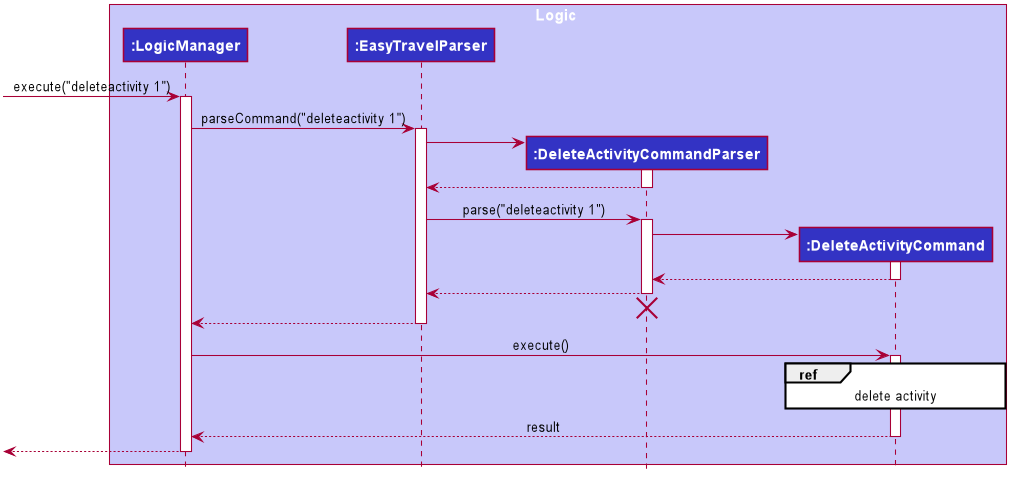
Earlier version of the PlantUML export docs/images/developer-guide/activity/DeleteActivityCommandCreation.png (zenatrick/main). The source it was exported from:
```plantuml
@startuml








skinparam BackgroundColor #FFFFFFF

skinparam Shadowing false

skinparam Class {
    FontColor #FFFFFF
    BorderThickness 1
    BorderColor #FFFFFF
    StereotypeFontColor #FFFFFF
    FontName Arial
}

skinparam Actor {
    BorderColor #000000
    Color #000000
    FontName Arial
}

skinparam Sequence {
    MessageAlign center
    BoxFontSize 15
    BoxPadding 0
    BoxFontColor #FFFFFF
    FontName Arial
}

skinparam Participant {
    FontColor #FFFFFFF
    Padding 20
}

skinparam MinClassWidth 50
skinparam ParticipantPadding 10
skinparam Shadowing false
skinparam DefaultTextAlignment center
skinparam packageStyle Rectangle

hide footbox
hide members
hide circle

box Logic #C8C8FA
participant "**:LogicManager**" as LogicManager #3333C4
participant "**:EasyTravelParser**" as EtParser #3333C4
participant "**:DeleteActivityCommandParser**" as DeleteActivityCommandParser #3333C4
participant "**:DeleteActivityCommand**" as DeleteActivityCommand #3333C4
end box

[-> LogicManager : execute("deleteactivity 1")
activate LogicManager

LogicManager -> EtParser : parseCommand("deleteactivity 1")
activate EtParser

create DeleteActivityCommandParser
EtParser -> DeleteActivityCommandParser
activate DeleteActivityCommandParser

DeleteActivityCommandParser --> EtParser
deactivate DeleteActivityCommandParser

EtParser -> DeleteActivityCommandParser : parse("deleteactivity 1")
activate DeleteActivityCommandParser

create DeleteActivityCommand
DeleteActivityCommandParser -> DeleteActivityCommand
activate DeleteActivityCommand

DeleteActivityCommand --> DeleteActivityCommandParser
deactivate DeleteActivityCommand

DeleteActivityCommandParser --> EtParser
deactivate DeleteActivityCommandParser

DeleteActivityCommandParser -[hidden]-> EtParser
destroy DeleteActivityCommandParser

EtParser --> LogicManager
deactivate EtParser

LogicManager -> DeleteActivityCommand : execute()
activate DeleteActivityCommand

ref over DeleteActivityCommand : delete activity

DeleteActivityCommand --> LogicManager : result
deactivate DeleteActivityCommand

[<--LogicManager
deactivate LogicManager
@enduml
```
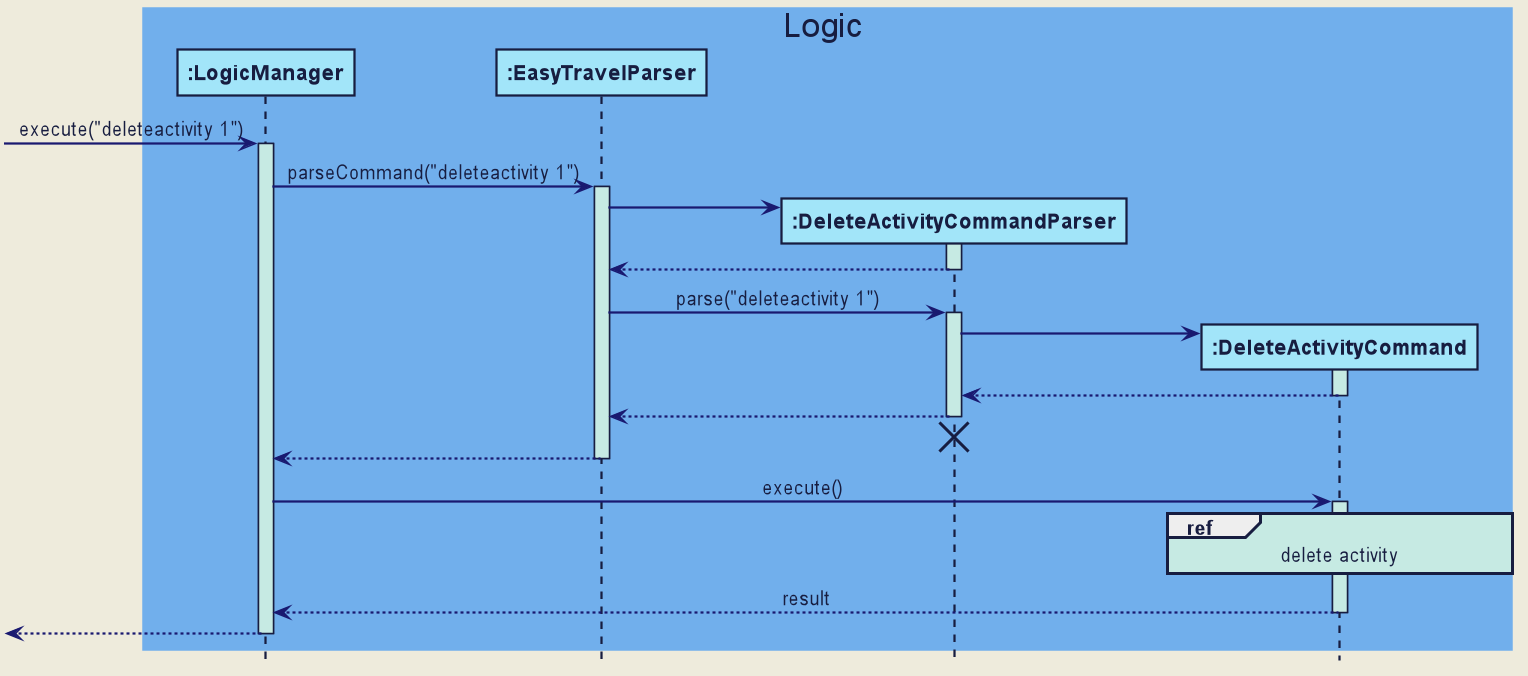
After the change.

Diff of the diagram source:
```diff
@@ -6,16 +6,59 @@
 
 
 
+skinparam BackgroundColor #EEEBDC
+skinparam Shadowing false
+skinparam MinClassWidth 50
+skinparam PackageStyle Rectangle
 
-skinparam BackgroundColor #FFFFFFF
+skinparam Default {
+    FontColor #171D40
+    FontName Arial
+    TextAlignment center
+}
 
-skinparam Shadowing false
+skinparam Participant {
+    Padding 10
+    BorderColor #171D40
+}
+
+skinparam Title {
+    FontColor #171D40
+    FontName Arial
+    FontSize 22
+}
+
+skinparam Arrow {
+    Thickness 1.5
+    Color MidNightBlue
+}
+
+skinparam Note {
+    BackgroundColor #C6EAE3
+    FontColor MidNightBlue
+    BorderColor MidNightBlue
+    BorderThickness 2
+}
 
 skinparam Class {
-    FontColor #FFFFFF
     BorderThickness 1
-    BorderColor #FFFFFF
-    StereotypeFontColor #FFFFFF
+    BorderColor #171D40
+    BackgroundColor #A2E5F9
+    AttributeFontColor MidNightBlue
+    AttributeIconSize 0
+    StereotypeFontColor #171D40
+    StereotypeFontStyle normal
+    FontName Arial
+}
+
+skinparam Object {
+    BorderThickness 2
+    BorderColor #171D40
+    BackgroundColor #C6EAE3
+    AttributeFontColor MidNightBlue
+    AttributeIconSize 0
+    StereotypeFontColor #171D40
+    StereotypeFontStyle normal
     FontName Arial
 }
 
@@ -26,33 +69,44 @@
 }
 
 skinparam Sequence {
-    MessageAlign center
-    BoxFontSize 15
+    LifeLineBackgroundColor #C6EAE3
+    LifeLineBorderColor #171D40
+    LifeLineBorderThickness 1.5
+    MessageAlignment center
+    SequenceParticipantBorderThickness 10
+    ReferenceBackgroundColor #C6EAE3
+    ReferenceBorderColor #171D40
+    TitleFontColor #171D40
+    StereotypeFontStyle normal
+    BoxFontSize 22
+    BoxFontName Arial
+    BoxFontStyle normal
     BoxPadding 0
-    BoxFontColor #FFFFFF
-    FontName Arial
+    BoxBorderColor #EEEBDC
 }
 
 skinparam Participant {
-    FontColor #FFFFFFF
     Padding 20
 }
 
-skinparam MinClassWidth 50
-skinparam ParticipantPadding 10
-skinparam Shadowing false
-skinparam DefaultTextAlignment center
-skinparam packageStyle Rectangle
+skinparam Activity {
+    StartColor #171D40
+    EndColor #171D40
+    BorderThickness 1.5
+    BorderColor #171D40
+    BackgroundColor #A2E5F9
+    DiamondBackgroundColor #A2E5F9
+    DiamondBorderColor #171D40
+}
 
 hide footbox
-hide members
 hide circle
 
-box Logic #C8C8FA
-participant "**:LogicManager**" as LogicManager #3333C4
-participant "**:EasyTravelParser**" as EtParser #3333C4
-participant "**:DeleteActivityCommandParser**" as DeleteActivityCommandParser #3333C4
-participant "**:DeleteActivityCommand**" as DeleteActivityCommand #3333C4
+box Logic #71AFEC
+participant "**:LogicManager**" as LogicManager #A2E5F9
+participant "**:EasyTravelParser**" as EtParser #A2E5F9
+participant "**:DeleteActivityCommandParser**" as DeleteActivityCommandParser #A2E5F9
+participant "**:DeleteActivityCommand**" as DeleteActivityCommand #A2E5F9
 end box
 
 [-> LogicManager : execute("deleteactivity 1")
```
